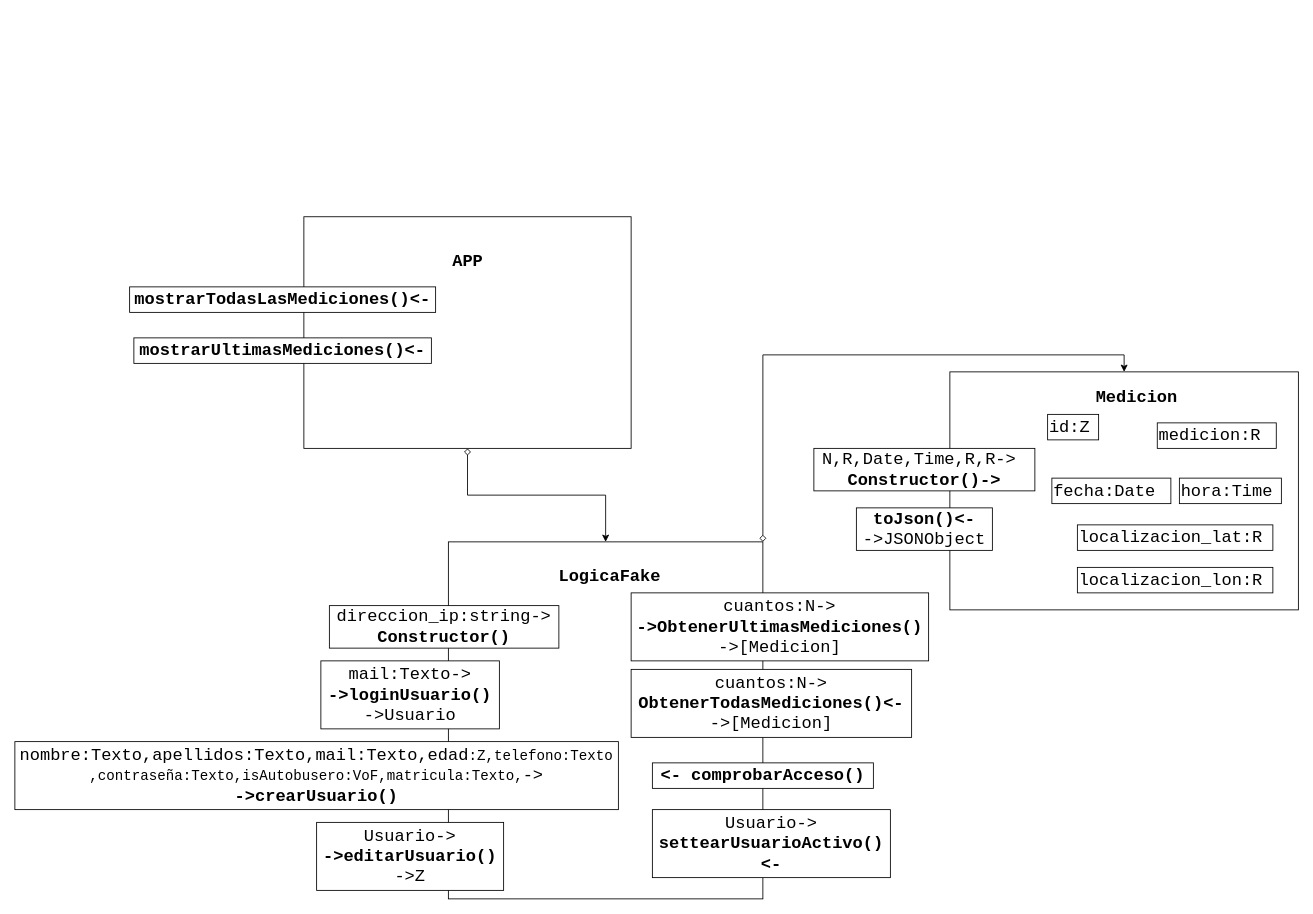
Above: page "General" (1 of 5) of doc/Diseño/webFlask.drawio in 3-GTI-ProyectoMedioAmbiente/WebAngleCorp (draw.io), before the change. Source tidied: cells renumbered, new cells numbered last; positions are measured from the earlier drawing's top-left corner, leaving out a move shared by most shapes. Both pictures are drawn from the tidied source at 85%, with x=0, y=0 at pixel (14, 217).
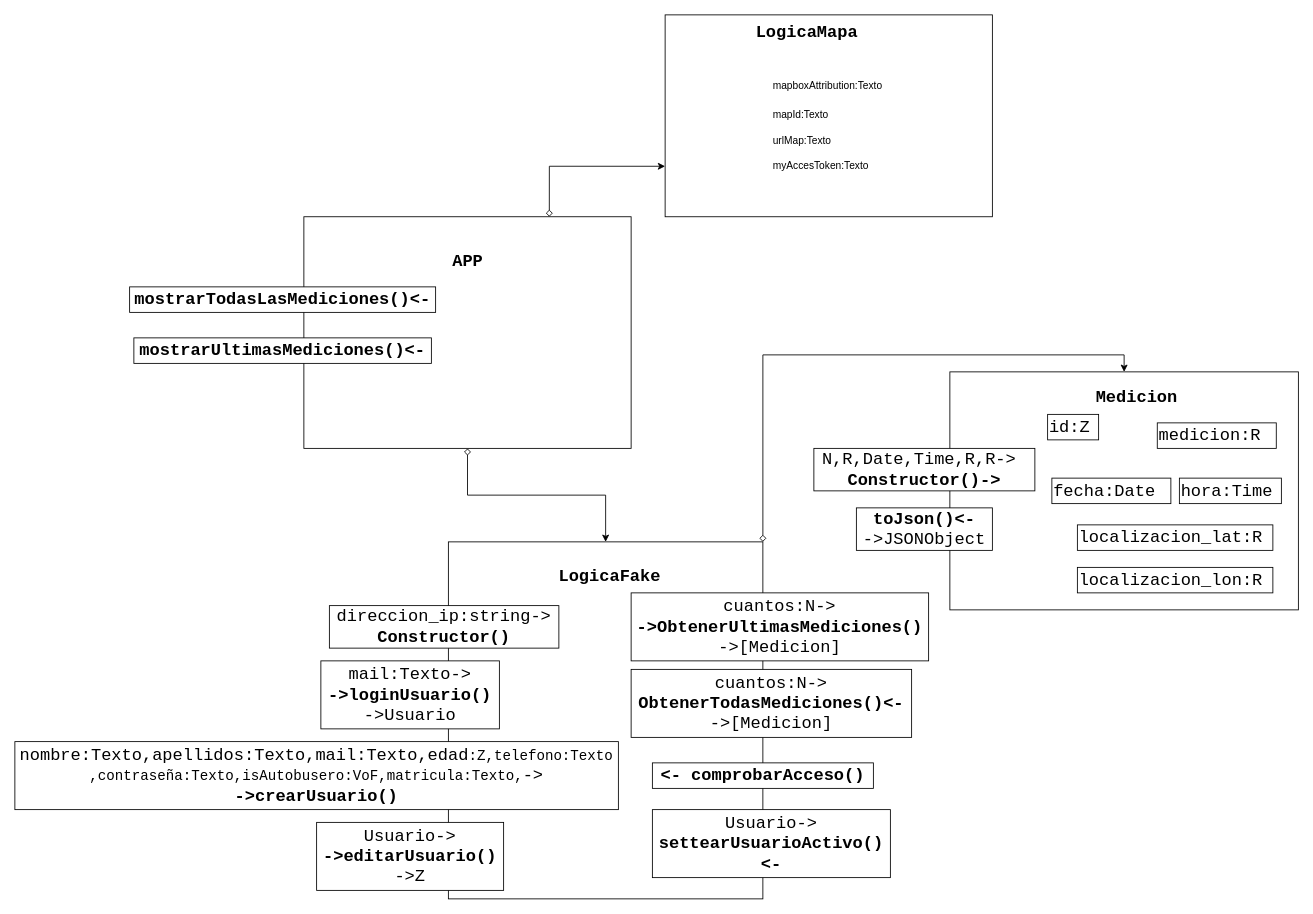
After the change.

The change refers to these unchanged cells:
```xml
<mxCell id="19" style="rounded=0;whiteSpace=wrap;html=1;" parent="1" vertex="1">
  <mxGeometry x="340" y="-0.5" width="385" height="272.5" as="geometry" />
</mxCell>
```

Diff of the diagram source:
```diff
@@
+    <mxCell id="28" style="rounded=0;whiteSpace=wrap;html=1;" parent="1" vertex="1">
+      <mxGeometry x="765" y="-238" width="385" height="237.5" as="geometry" />
+    </mxCell>
+    <mxCell id="29" value="LogicaMapa" style="text;html=1;strokeColor=none;fillColor=none;align=center;verticalAlign=middle;whiteSpace=wrap;rounded=0;fontStyle=1;fontFamily=Courier New;fontSize=20;" parent="1" vertex="1">
+      <mxGeometry x="807.5" y="-228" width="247.5" height="20" as="geometry" />
+    </mxCell>
+    <mxCell id="30" style="edgeStyle=orthogonalEdgeStyle;rounded=0;jettySize=auto;html=1;exitX=0.75;exitY=0;exitDx=0;exitDy=0;entryX=0;entryY=0.75;entryDx=0;entryDy=0;startArrow=diamond;startFill=0;" parent="1" edge="1" source="19" target="28">
+      <mxGeometry relative="1" as="geometry" />
+    </mxCell>
+    <mxCell id="31" value="mapboxAttribution:Texto" style="text;whiteSpace=wrap;html=1;" parent="1" vertex="1">
+      <mxGeometry x="890" y="-168" width="120" height="30" as="geometry" />
+    </mxCell>
+    <mxCell id="32" value="mapId:Texto" style="text;whiteSpace=wrap;html=1;" parent="1" vertex="1">
+      <mxGeometry x="890" y="-134.2" width="120" height="30" as="geometry" />
+    </mxCell>
+    <mxCell id="33" value="urlMap:Texto" style="text;whiteSpace=wrap;html=1;" parent="1" vertex="1">
+      <mxGeometry x="890" y="-104.2" width="120" height="30" as="geometry" />
+    </mxCell>
+    <mxCell id="34" value="myAccesToken:Texto" style="text;whiteSpace=wrap;html=1;" parent="1" vertex="1">
+      <mxGeometry x="890" y="-74.2" width="120" height="30" as="geometry" />
+    </mxCell>
```
